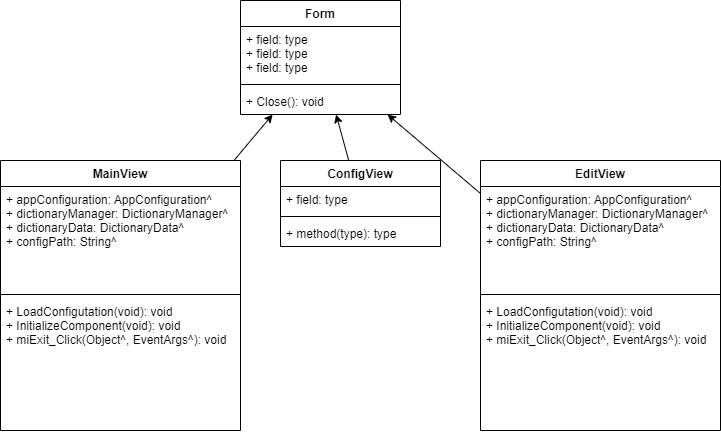
Earlier version of the draw.io export src/Nosord.App/diagram.png (pioter997/nosord). Source tidied: cells renumbered, new cells last; positions are measured from the earlier drawing's top-left corner, leaving out a move shared by most shapes. The source it was exported from:
```xml
<mxGraphModel>
  <root>
    <mxCell id="0" />
    <mxCell id="1" parent="0" />
    <mxCell id="2" value="Form" style="swimlane;fontStyle=1;align=center;verticalAlign=top;horizontal=1;startSize=26;" parent="1" vertex="1">
      <mxGeometry x="240" width="160" height="114" as="geometry" />
    </mxCell>
    <mxCell id="3" value="+ field: type&#10;+ field: type&#10;+ field: type" style="text;strokeColor=none;fillColor=none;align=left;verticalAlign=top;spacingLeft=4;spacingRight=4;overflow=hidden;" parent="2" vertex="1">
      <mxGeometry y="26" width="160" height="54" as="geometry" />
    </mxCell>
    <mxCell id="4" style="line;strokeWidth=1;fillColor=none;align=left;verticalAlign=middle;spacingTop=-1;spacingLeft=3;spacingRight=3;labelPosition=right;" parent="2" vertex="1">
      <mxGeometry y="80" width="160" height="8" as="geometry" />
    </mxCell>
    <mxCell id="5" value="+ Close(): void" style="text;strokeColor=none;fillColor=none;align=left;verticalAlign=top;spacingLeft=4;spacingRight=4;overflow=hidden;" parent="2" vertex="1">
      <mxGeometry y="88" width="160" height="26" as="geometry" />
    </mxCell>
    <mxCell id="6" style="edgeStyle=none;html=1;" parent="1" edge="1" source="7" target="2">
      <mxGeometry relative="1" as="geometry" />
    </mxCell>
    <mxCell id="7" value="MainView" style="swimlane;fontStyle=1;align=center;verticalAlign=top;horizontal=1;startSize=26;" parent="1" vertex="1">
      <mxGeometry y="160" width="240" height="270" as="geometry" />
    </mxCell>
    <mxCell id="8" value="+ appConfiguration: AppConfiguration^&#10;+ dictionaryManager: DictionaryManager^&#10;+ dictionaryData: DictionaryData^&#10;+ configPath: String^" style="text;strokeColor=none;fillColor=none;align=left;verticalAlign=top;spacingLeft=4;spacingRight=4;overflow=hidden;" parent="7" vertex="1">
      <mxGeometry y="26" width="240" height="104" as="geometry" />
    </mxCell>
    <mxCell id="9" style="line;strokeWidth=1;fillColor=none;align=left;verticalAlign=middle;spacingTop=-1;spacingLeft=3;spacingRight=3;labelPosition=right;" parent="7" vertex="1">
      <mxGeometry y="130" width="240" height="8" as="geometry" />
    </mxCell>
    <mxCell id="10" value="+ LoadConfigutation(void): void&#10;+ InitializeComponent(void): void&#10;+ miExit_Click(Object^, EventArgs^): void " style="text;strokeColor=none;fillColor=none;align=left;verticalAlign=top;spacingLeft=4;spacingRight=4;overflow=hidden;" parent="7" vertex="1">
      <mxGeometry y="138" width="240" height="132" as="geometry" />
    </mxCell>
    <mxCell id="11" style="edgeStyle=none;html=1;" parent="1" edge="1" source="12" target="2">
      <mxGeometry relative="1" as="geometry" />
    </mxCell>
    <mxCell id="12" value="ConfigView&#10;" style="swimlane;fontStyle=1;align=center;verticalAlign=top;horizontal=1;startSize=26;" parent="1" vertex="1">
      <mxGeometry x="280" y="160" width="160" height="86" as="geometry" />
    </mxCell>
    <mxCell id="13" value="+ field: type" style="text;strokeColor=none;fillColor=none;align=left;verticalAlign=top;spacingLeft=4;spacingRight=4;overflow=hidden;" parent="12" vertex="1">
      <mxGeometry y="26" width="160" height="26" as="geometry" />
    </mxCell>
    <mxCell id="14" style="line;strokeWidth=1;fillColor=none;align=left;verticalAlign=middle;spacingTop=-1;spacingLeft=3;spacingRight=3;labelPosition=right;" parent="12" vertex="1">
      <mxGeometry y="52" width="160" height="8" as="geometry" />
    </mxCell>
    <mxCell id="15" value="+ method(type): type" style="text;strokeColor=none;fillColor=none;align=left;verticalAlign=top;spacingLeft=4;spacingRight=4;overflow=hidden;" parent="12" vertex="1">
      <mxGeometry y="60" width="160" height="26" as="geometry" />
    </mxCell>
    <mxCell id="16" style="edgeStyle=none;html=1;" parent="1" edge="1" source="17" target="2">
      <mxGeometry relative="1" as="geometry" />
    </mxCell>
    <mxCell id="17" value="EditView" style="swimlane;fontStyle=1;align=center;verticalAlign=top;horizontal=1;startSize=26;" parent="1" vertex="1">
      <mxGeometry x="480" y="160" width="240" height="270" as="geometry" />
    </mxCell>
    <mxCell id="18" value="+ appConfiguration: AppConfiguration^&#10;+ dictionaryManager: DictionaryManager^&#10;+ dictionaryData: DictionaryData^&#10;+ configPath: String^" style="text;strokeColor=none;fillColor=none;align=left;verticalAlign=top;spacingLeft=4;spacingRight=4;overflow=hidden;" parent="17" vertex="1">
      <mxGeometry y="26" width="240" height="104" as="geometry" />
    </mxCell>
    <mxCell id="19" style="line;strokeWidth=1;fillColor=none;align=left;verticalAlign=middle;spacingTop=-1;spacingLeft=3;spacingRight=3;labelPosition=right;" parent="17" vertex="1">
      <mxGeometry y="130" width="240" height="8" as="geometry" />
    </mxCell>
    <mxCell id="20" value="+ LoadConfigutation(void): void&#10;+ InitializeComponent(void): void&#10;+ miExit_Click(Object^, EventArgs^): void " style="text;strokeColor=none;fillColor=none;align=left;verticalAlign=top;spacingLeft=4;spacingRight=4;overflow=hidden;" parent="17" vertex="1">
      <mxGeometry y="138" width="240" height="132" as="geometry" />
    </mxCell>
  </root>
</mxGraphModel>
```
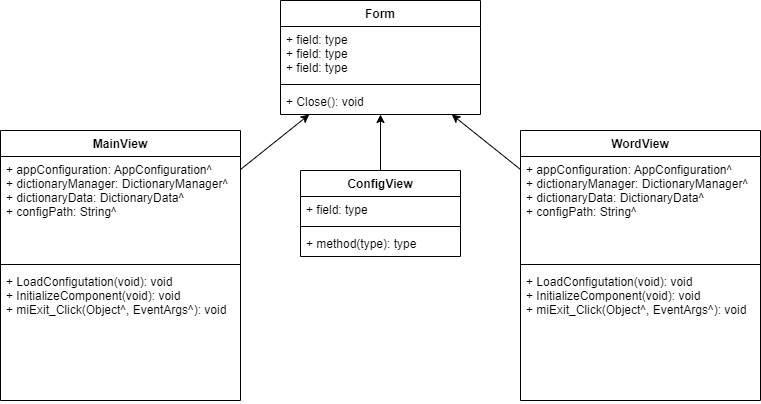
Above is the later version.

Change to the diagram source:
```diff
@@ -3,22 +3,22 @@
     <mxCell id="0" />
     <mxCell id="1" parent="0" />
     <mxCell id="2" value="Form" style="swimlane;fontStyle=1;align=center;verticalAlign=top;horizontal=1;startSize=26;" parent="1" vertex="1">
-      <mxGeometry x="240" width="160" height="114" as="geometry" />
+      <mxGeometry x="280" y="-10" width="200" height="114" as="geometry" />
     </mxCell>
     <mxCell id="3" value="+ field: type&#10;+ field: type&#10;+ field: type" style="text;strokeColor=none;fillColor=none;align=left;verticalAlign=top;spacingLeft=4;spacingRight=4;overflow=hidden;" parent="2" vertex="1">
-      <mxGeometry y="26" width="160" height="54" as="geometry" />
+      <mxGeometry y="26" width="200" height="54" as="geometry" />
     </mxCell>
     <mxCell id="4" style="line;strokeWidth=1;fillColor=none;align=left;verticalAlign=middle;spacingTop=-1;spacingLeft=3;spacingRight=3;labelPosition=right;" parent="2" vertex="1">
-      <mxGeometry y="80" width="160" height="8" as="geometry" />
+      <mxGeometry y="80" width="200" height="8" as="geometry" />
     </mxCell>
     <mxCell id="5" value="+ Close(): void" style="text;strokeColor=none;fillColor=none;align=left;verticalAlign=top;spacingLeft=4;spacingRight=4;overflow=hidden;" parent="2" vertex="1">
-      <mxGeometry y="88" width="160" height="26" as="geometry" />
+      <mxGeometry y="88" width="200" height="26" as="geometry" />
     </mxCell>
     <mxCell id="6" style="edgeStyle=none;html=1;" parent="1" edge="1" source="7" target="2">
       <mxGeometry relative="1" as="geometry" />
     </mxCell>
     <mxCell id="7" value="MainView" style="swimlane;fontStyle=1;align=center;verticalAlign=top;horizontal=1;startSize=26;" parent="1" vertex="1">
-      <mxGeometry y="160" width="240" height="270" as="geometry" />
+      <mxGeometry y="120" width="240" height="270" as="geometry" />
     </mxCell>
     <mxCell id="8" value="+ appConfiguration: AppConfiguration^&#10;+ dictionaryManager: DictionaryManager^&#10;+ dictionaryData: DictionaryData^&#10;+ configPath: String^" style="text;strokeColor=none;fillColor=none;align=left;verticalAlign=top;spacingLeft=4;spacingRight=4;overflow=hidden;" parent="7" vertex="1">
       <mxGeometry y="26" width="240" height="104" as="geometry" />
@@ -33,7 +33,7 @@
       <mxGeometry relative="1" as="geometry" />
     </mxCell>
     <mxCell id="12" value="ConfigView&#10;" style="swimlane;fontStyle=1;align=center;verticalAlign=top;horizontal=1;startSize=26;" parent="1" vertex="1">
-      <mxGeometry x="280" y="160" width="160" height="86" as="geometry" />
+      <mxGeometry x="300" y="160" width="160" height="86" as="geometry" />
     </mxCell>
     <mxCell id="13" value="+ field: type" style="text;strokeColor=none;fillColor=none;align=left;verticalAlign=top;spacingLeft=4;spacingRight=4;overflow=hidden;" parent="12" vertex="1">
       <mxGeometry y="26" width="160" height="26" as="geometry" />
@@ -47,8 +47,8 @@
     <mxCell id="16" style="edgeStyle=none;html=1;" parent="1" edge="1" source="17" target="2">
       <mxGeometry relative="1" as="geometry" />
     </mxCell>
-    <mxCell id="17" value="EditView" style="swimlane;fontStyle=1;align=center;verticalAlign=top;horizontal=1;startSize=26;" parent="1" vertex="1">
-      <mxGeometry x="480" y="160" width="240" height="270" as="geometry" />
+    <mxCell id="17" value="WordView" style="swimlane;fontStyle=1;align=center;verticalAlign=top;horizontal=1;startSize=26;" parent="1" vertex="1">
+      <mxGeometry x="520" y="120" width="240" height="270" as="geometry" />
     </mxCell>
     <mxCell id="18" value="+ appConfiguration: AppConfiguration^&#10;+ dictionaryManager: DictionaryManager^&#10;+ dictionaryData: DictionaryData^&#10;+ configPath: String^" style="text;strokeColor=none;fillColor=none;align=left;verticalAlign=top;spacingLeft=4;spacingRight=4;overflow=hidden;" parent="17" vertex="1">
       <mxGeometry y="26" width="240" height="104" as="geometry" />
```
